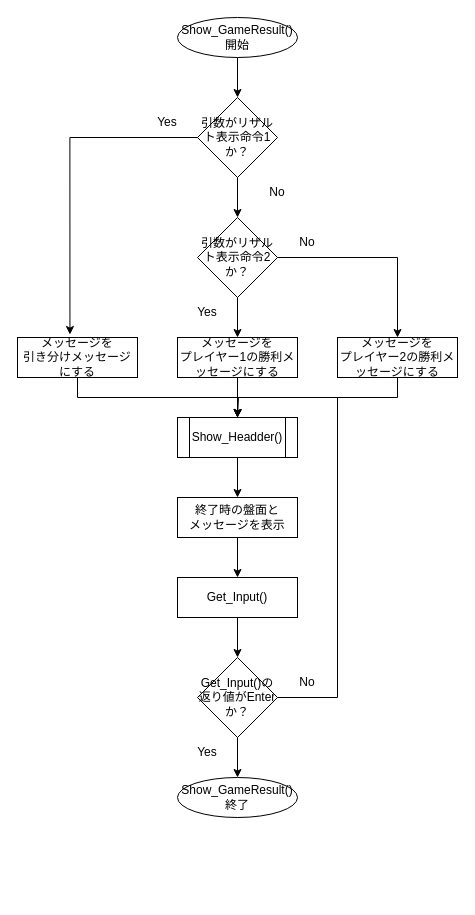
Above: 詳細仕様書/図表/Function/Show_Game_Result/Show_Game_Result.drawio in hip-umemura/tic_tac_toe (draw.io), before the change. Source tidied: cells renumbered, new cells numbered last; positions are measured from the earlier drawing's top-left corner, leaving out a move shared by most shapes. Both pictures are drawn from the tidied source at 100%, with x=0, y=0 at pixel (17, 17).
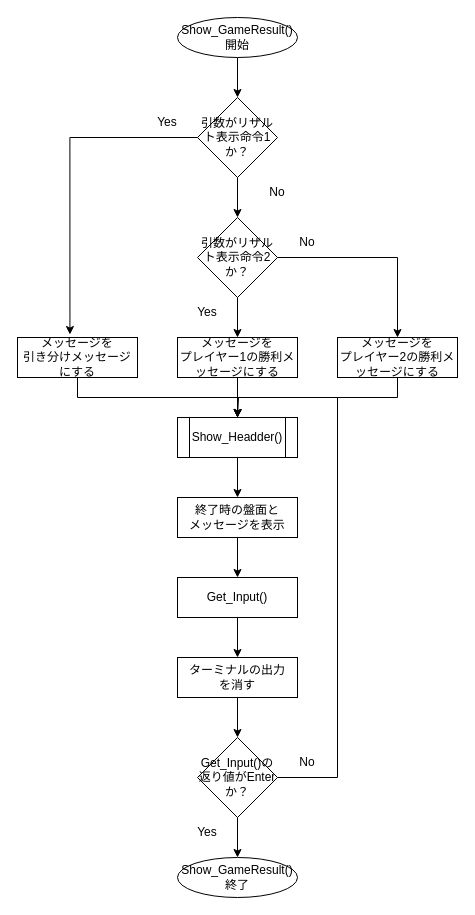
The same page after the edit.

The change refers to these unchanged cells:
```xml
<mxCell id="21" value="Get_Input()" style="rounded=0;whiteSpace=wrap;html=1;" parent="1" vertex="1">
  <mxGeometry x="160" y="560" width="120" height="40" as="geometry" />
</mxCell>
```

What changed in the source:
```diff
@@
-    <mxCell id="20" style="edgeStyle=orthogonalEdgeStyle;rounded=0;jettySize=auto;html=1;exitX=0.5;exitY=1;exitDx=0;exitDy=0;entryX=0.5;entryY=0;entryDx=0;entryDy=0;" parent="1" edge="1" source="21" target="24">
-      <mxGeometry relative="1" as="geometry" />
-    </mxCell>
+    <mxCell id="32" style="edgeStyle=orthogonalEdgeStyle;rounded=0;jettySize=auto;html=1;exitX=0.5;exitY=1;exitDx=0;exitDy=0;entryX=0.5;entryY=0;entryDx=0;entryDy=0;" parent="1" edge="1" source="21" target="34">
+      <mxGeometry relative="1" as="geometry" />
+    </mxCell>
@@
     <mxCell id="23" style="edgeStyle=orthogonalEdgeStyle;rounded=0;jettySize=auto;html=1;exitX=1;exitY=0.5;exitDx=0;exitDy=0;" parent="1" edge="1" source="24">
       <mxGeometry relative="1" as="geometry">
         <mxPoint x="220" y="400" as="targetPoint" />
         <Array as="points">
-          <mxPoint x="320" y="680" />
+          <mxPoint x="320" y="760" />
           <mxPoint x="320" y="380" />
           <mxPoint x="221" y="380" />
+          <mxPoint x="221" y="400" />
         </Array>
       </mxGeometry>
     </mxCell>
     <mxCell id="24" value="Get_Input()の返り値がEnterか？" style="rhombus;whiteSpace=wrap;html=1;" parent="1" vertex="1">
-      <mxGeometry x="180" y="640" width="80" height="80" as="geometry" />
+      <mxGeometry x="180" y="720" width="80" height="80" as="geometry" />
     </mxCell>
     <mxCell id="25" value="Show_GameResult()&lt;br&gt;終了" style="ellipse;whiteSpace=wrap;html=1;" parent="1" vertex="1">
-      <mxGeometry x="160" y="760" width="120" height="40" as="geometry" />
+      <mxGeometry x="160" y="840" width="120" height="40" as="geometry" />
     </mxCell>
@@
     <mxCell id="28" value="Yes" style="text;html=1;align=center;verticalAlign=middle;whiteSpace=wrap;rounded=0;" parent="1" vertex="1">
-      <mxGeometry x="160" y="720" width="60" height="30" as="geometry" />
+      <mxGeometry x="160" y="800" width="60" height="30" as="geometry" />
     </mxCell>
     <mxCell id="29" value="No" style="text;html=1;align=center;verticalAlign=middle;whiteSpace=wrap;rounded=0;" parent="1" vertex="1">
-      <mxGeometry x="260" y="650" width="60" height="30" as="geometry" />
+      <mxGeometry x="260" y="730" width="60" height="30" as="geometry" />
     </mxCell>
@@
+    <mxCell id="33" style="edgeStyle=orthogonalEdgeStyle;rounded=0;jettySize=auto;html=1;exitX=0.5;exitY=1;exitDx=0;exitDy=0;entryX=0.5;entryY=0;entryDx=0;entryDy=0;" parent="1" edge="1" source="34" target="24">
+      <mxGeometry relative="1" as="geometry" />
+    </mxCell>
+    <mxCell id="34" value="ターミナルの出力&lt;div&gt;を消す&lt;/div&gt;" style="rounded=0;whiteSpace=wrap;html=1;" parent="1" vertex="1">
+      <mxGeometry x="160" y="640" width="120" height="40" as="geometry" />
+    </mxCell>
```
